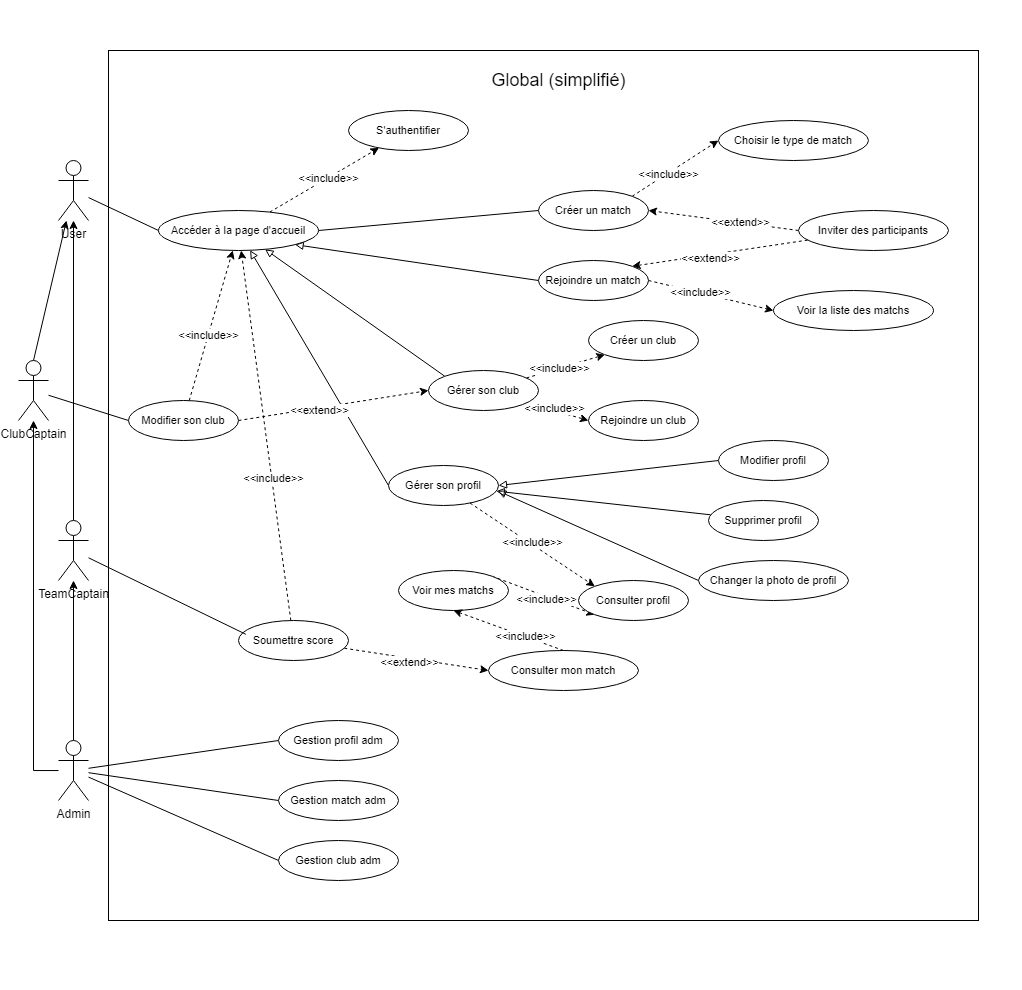
Mathistrg/Styx keeps this draw.io diagram as Diagram use case Global simplifié.drawio.png. Above is the earlier version. Source tidied: cells renumbered, new cells last; positions are measured from the earlier drawing's top-left corner, leaving out a move shared by most shapes.
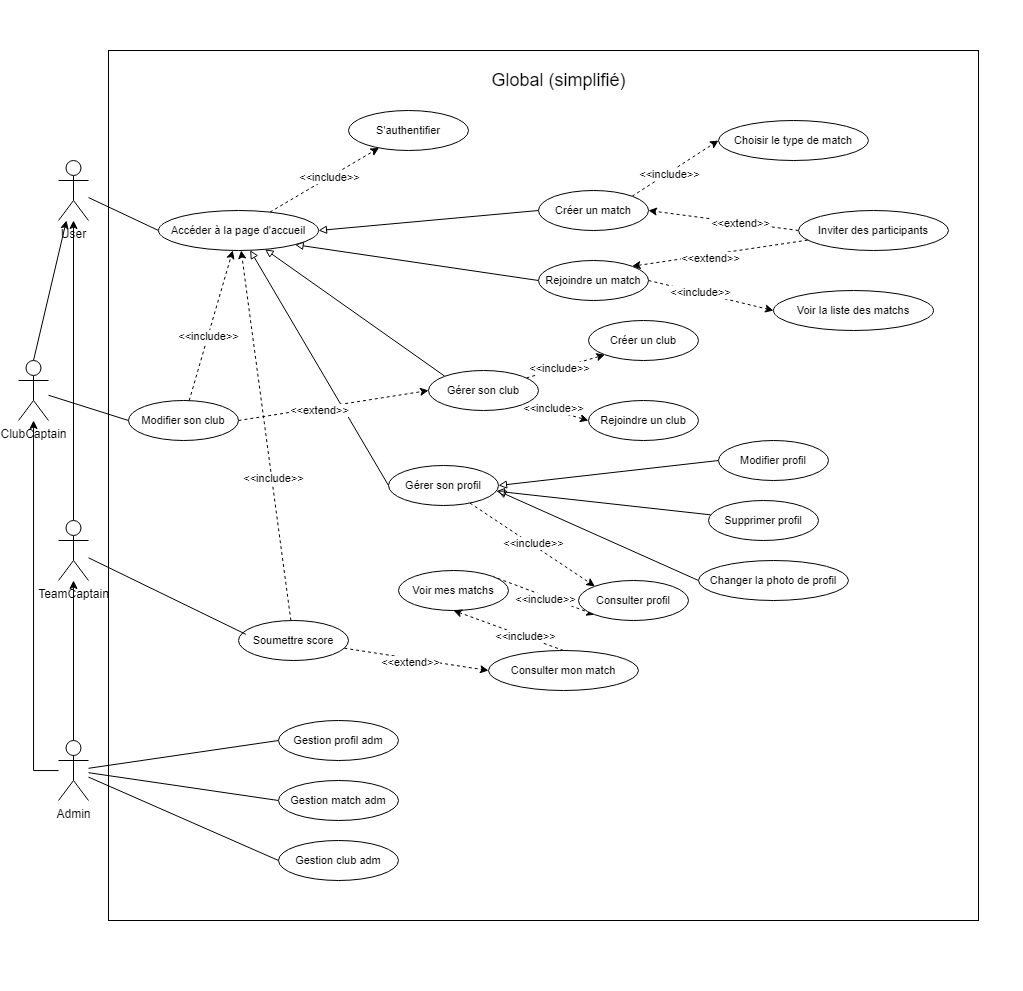
After the change.

Commit message:
Mettre à jour Diagram use case Global simplifié.drawio.png

The edit, as a diff of the source:
```diff
@@ -62,7 +62,7 @@
     <mxCell id="21" value="S'authentifier" style="ellipse;whiteSpace=wrap;html=1;fontFamily=Helvetica;fontSize=11;fontColor=default;labelBackgroundColor=default;" parent="1" vertex="1">
       <mxGeometry x="330" y="110" width="120" height="40" as="geometry" />
     </mxCell>
-    <mxCell id="22" style="edgeStyle=none;shape=connector;rounded=0;jettySize=auto;html=1;exitX=1;exitY=0.5;exitDx=0;exitDy=0;entryX=0;entryY=0.5;entryDx=0;entryDy=0;strokeColor=default;align=center;verticalAlign=middle;fontFamily=Helvetica;fontSize=11;fontColor=default;labelBackgroundColor=default;endArrow=none;endFill=0;" parent="1" edge="1" source="28" target="33">
+    <mxCell id="22" style="edgeStyle=none;shape=connector;rounded=0;jettySize=auto;html=1;exitX=1;exitY=0.5;exitDx=0;exitDy=0;entryX=0;entryY=0.5;entryDx=0;entryDy=0;strokeColor=default;align=center;verticalAlign=middle;fontFamily=Helvetica;fontSize=11;fontColor=default;labelBackgroundColor=default;endArrow=none;endFill=0;startArrow=block;startFill=0;" parent="1" edge="1" source="28" target="33">
       <mxGeometry relative="1" as="geometry" />
     </mxCell>
     <mxCell id="23" style="edgeStyle=none;shape=connector;rounded=0;jettySize=auto;html=1;exitX=1;exitY=1;exitDx=0;exitDy=0;entryX=0;entryY=0.5;entryDx=0;entryDy=0;strokeColor=default;align=center;verticalAlign=middle;fontFamily=Helvetica;fontSize=11;fontColor=default;labelBackgroundColor=default;endArrow=none;endFill=0;startArrow=block;startFill=0;" parent="1" edge="1" source="28" target="40">
```
